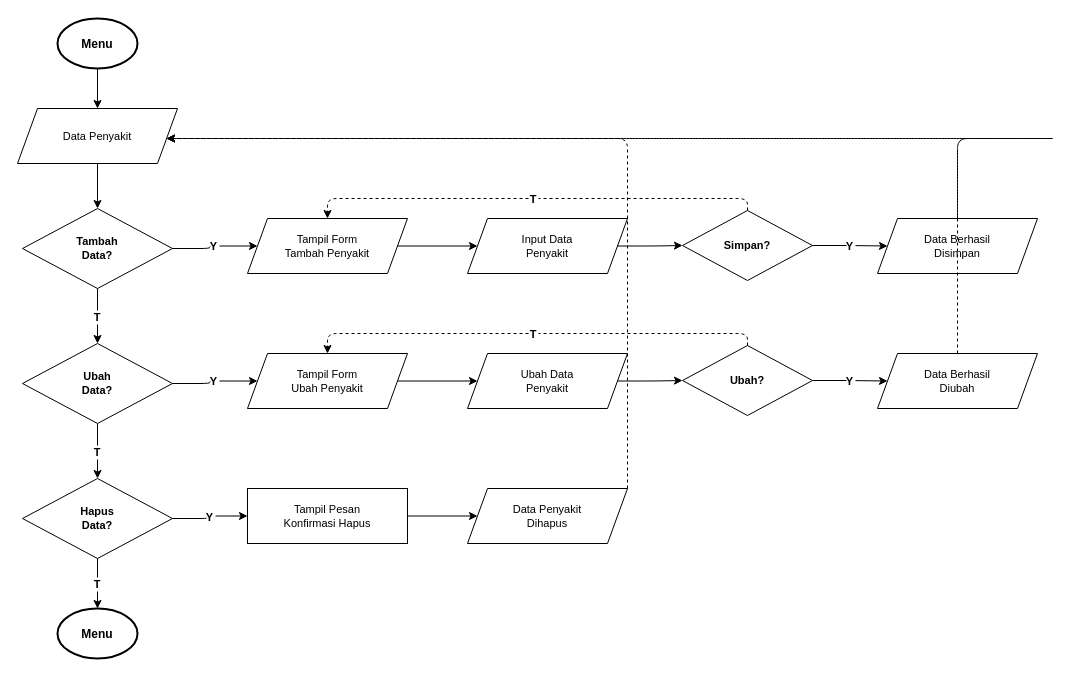
Above: diagram/flowchart/10-flowchart-admin-penyakit.drawio in RajaSunrise/kangkungku (draw.io), before the change. Source tidied: cells renumbered, new cells numbered last; positions are measured from the earlier drawing's top-left corner, leaving out a move shared by most shapes. Both pictures are drawn from the tidied source at 100%, with x=0, y=0 at pixel (17, 18).
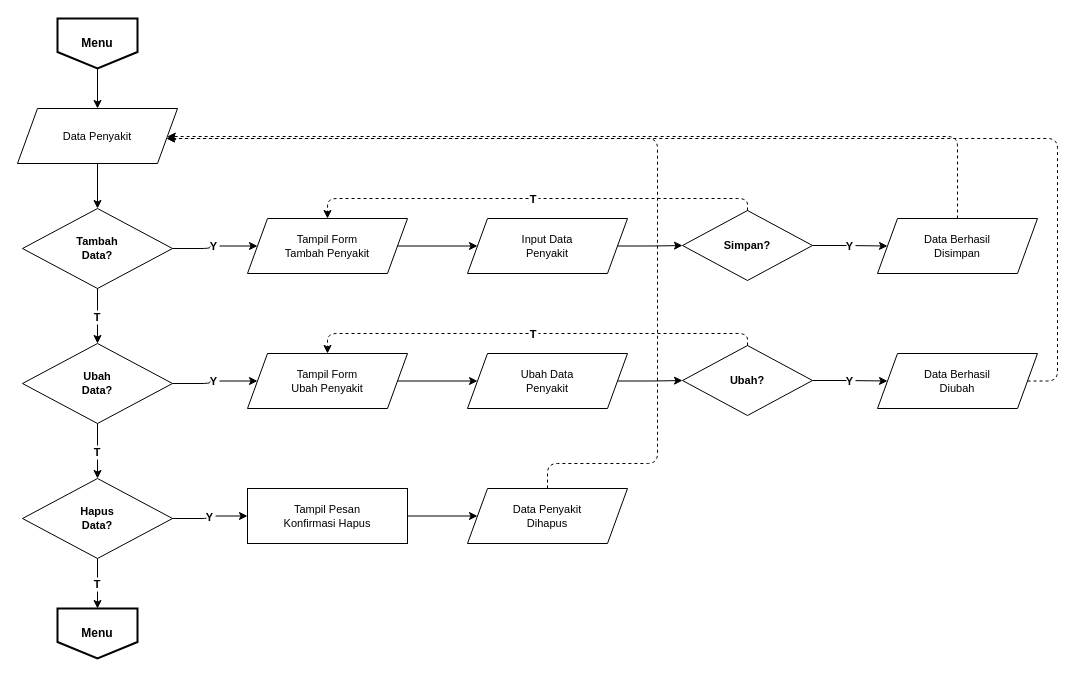
The same page after the edit.

The change refers to these unchanged cells:
```xml
<mxCell id="3" value="Data Penyakit" style="shape=parallelogram;perimeter=parallelogramPerimeter;whiteSpace=wrap;html=1;fixedSize=1;size=20;fillColor=#FFFFFF;strokeColor=#000000;fontSize=11;" parent="1" vertex="1">
  <mxGeometry y="90" width="160" height="55" as="geometry" />
</mxCell>
<mxCell id="8" value="Data Berhasil&#10;Disimpan" style="shape=parallelogram;perimeter=parallelogramPerimeter;whiteSpace=wrap;html=1;fixedSize=1;size=20;fillColor=#FFFFFF;strokeColor=#000000;fontSize=11;" parent="1" vertex="1">
  <mxGeometry x="860" y="200" width="160" height="55" as="geometry" />
</mxCell>
<mxCell id="13" value="Data Berhasil&#10;Diubah" style="shape=parallelogram;perimeter=parallelogramPerimeter;whiteSpace=wrap;html=1;fixedSize=1;size=20;fillColor=#FFFFFF;strokeColor=#000000;fontSize=11;" parent="1" vertex="1">
  <mxGeometry x="860" y="335" width="160" height="55" as="geometry" />
</mxCell>
<mxCell id="16" value="Data Penyakit&#10;Dihapus" style="shape=parallelogram;perimeter=parallelogramPerimeter;whiteSpace=wrap;html=1;fixedSize=1;size=20;fillColor=#FFFFFF;strokeColor=#000000;fontSize=11;" parent="1" vertex="1">
  <mxGeometry x="450" y="470" width="160" height="55" as="geometry" />
</mxCell>
```

Change to the diagram source:
```diff
@@
-    <mxCell id="2" value="Menu" style="shape=mxgraph.flowchart.start_2;fillColor=#FFFFFF;strokeColor=#000000;strokeWidth=2;fontSize=12;fontStyle=1;" parent="1" vertex="1">
+    <mxCell id="2" value="Menu" style="shape=offPageConnector;fillColor=#FFFFFF;strokeColor=#000000;strokeWidth=2;fontSize=12;fontStyle=1;size=0.33;whiteSpace=wrap;html=1;align=center;verticalAlign=middle;" parent="1" vertex="1">
       <mxGeometry x="40" width="80" height="50" as="geometry" />
     </mxCell>
@@
-    <mxCell id="17" value="Menu" style="shape=mxgraph.flowchart.start_2;fillColor=#FFFFFF;strokeColor=#000000;strokeWidth=2;fontSize=12;fontStyle=1;" parent="1" vertex="1">
+    <mxCell id="17" value="Menu" style="shape=offPageConnector;fillColor=#FFFFFF;strokeColor=#000000;strokeWidth=2;fontSize=12;fontStyle=1;size=0.33;whiteSpace=wrap;html=1;align=center;verticalAlign=middle;" parent="1" vertex="1">
       <mxGeometry x="40" y="590" width="80" height="50" as="geometry" />
     </mxCell>
@@
     <mxCell id="26" style="edgeStyle=orthogonalEdgeStyle;dashed=1;" parent="1" edge="1" source="8" target="3">
       <mxGeometry relative="1" as="geometry">
         <Array as="points">
-          <mxPoint x="1040" y="120" />
-          <mxPoint x="80" y="120" />
+          <mxPoint x="940" y="118" />
         </Array>
       </mxGeometry>
     </mxCell>
@@
     <mxCell id="33" style="edgeStyle=orthogonalEdgeStyle;dashed=1;" parent="1" edge="1" source="13" target="3">
       <mxGeometry relative="1" as="geometry">
         <Array as="points">
+          <mxPoint x="1040" y="363" />
           <mxPoint x="1040" y="120" />
-          <mxPoint x="80" y="120" />
         </Array>
       </mxGeometry>
     </mxCell>
@@
     <mxCell id="37" style="edgeStyle=orthogonalEdgeStyle;dashed=1;" parent="1" edge="1" source="16" target="3">
       <mxGeometry relative="1" as="geometry">
         <Array as="points">
-          <mxPoint x="610" y="445" />
-          <mxPoint x="610" y="120" />
-          <mxPoint x="80" y="120" />
+          <mxPoint x="530" y="445" />
+          <mxPoint x="640" y="445" />
+          <mxPoint x="640" y="120" />
         </Array>
       </mxGeometry>
     </mxCell>
```
